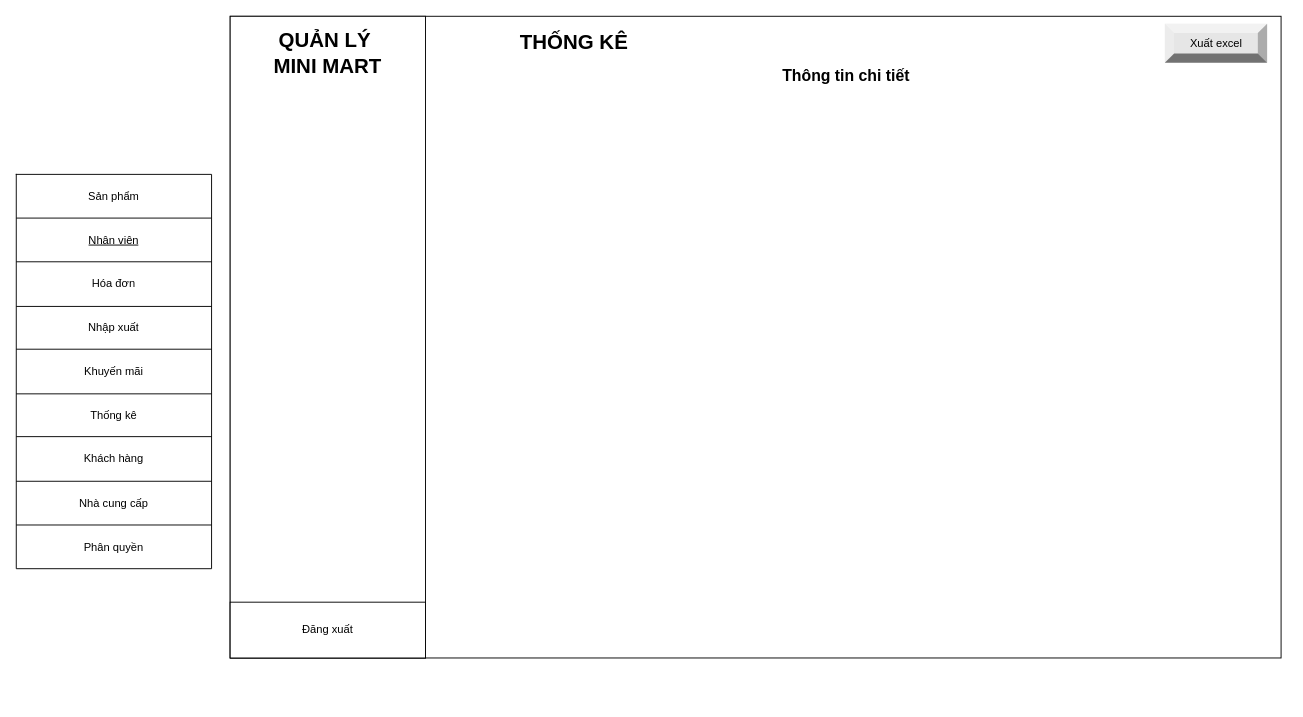
Before: Quanlysanpham_thongke/Quản lý sản phẩm/Mockup/Untitled Diagram.drawio in VoHoangDai/CNPM, a draw.io diagram. Source tidied: cells renumbered, new cells numbered last; positions are measured from the earlier drawing's top-left corner, leaving out a move shared by most shapes. Both pictures are drawn from the tidied source at 93%, with x=0, y=0 at pixel (16, 16).
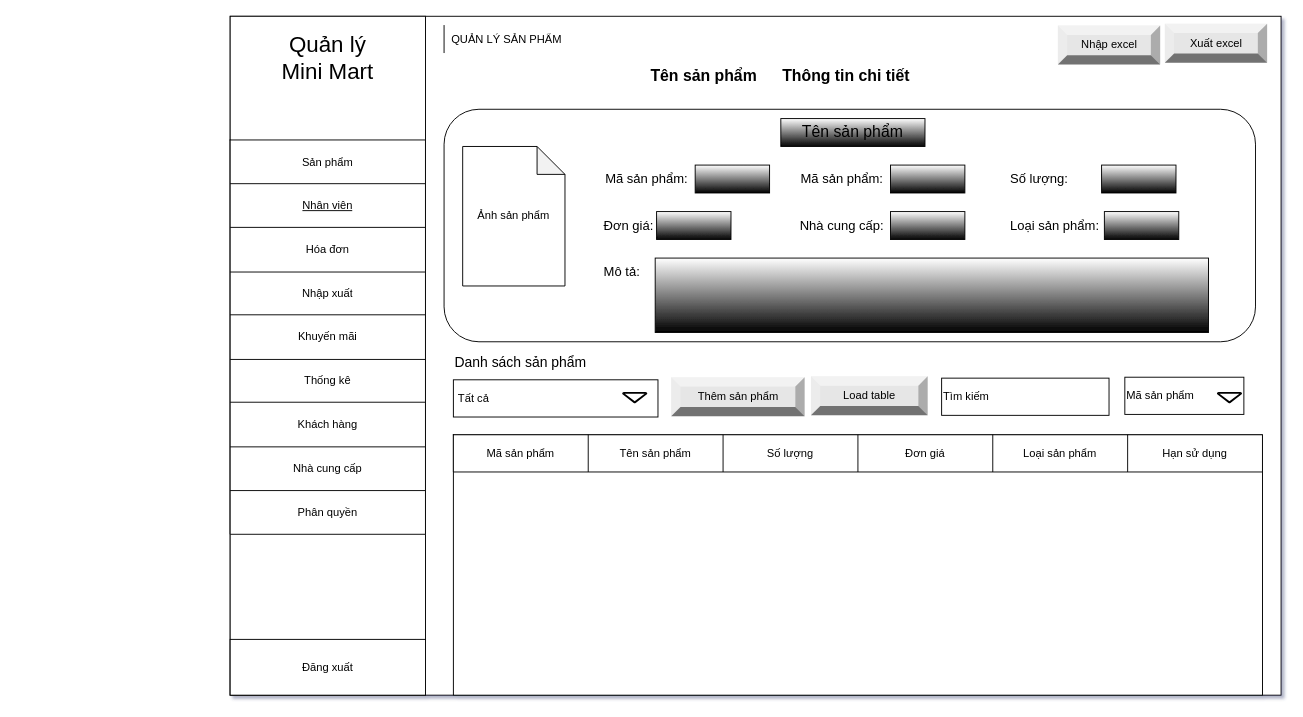
The same diagram, later.

Change to the diagram source:
```diff
@@
-<mxGraphModel>
+<mxGraphModel shadow="1">
@@
+    <mxCell id="28" style="rounded=0;whiteSpace=wrap;html=1;" parent="1" vertex="1">
+      <mxGeometry x="760" y="150" width="120" height="60" as="geometry" />
+    </mxCell>
     <mxCell id="2" style="rounded=0;whiteSpace=wrap;html=1;" parent="1" vertex="1">
-      <mxGeometry x="230" width="1130" height="690" as="geometry" />
+      <mxGeometry x="230" width="1130" height="730" as="geometry" />
     </mxCell>
-    <mxCell id="3" value="&lt;b&gt;&lt;font style=&quot;font-size: 22px&quot;&gt;THỐNG KÊ&lt;/font&gt;&lt;/b&gt;" style="text;html=1;strokeColor=none;fillColor=none;align=center;verticalAlign=middle;whiteSpace=wrap;rounded=0;" parent="1" vertex="1">
-      <mxGeometry x="470" y="14.1" width="260" height="30" as="geometry" />
-    </mxCell>
@@
     <mxCell id="6" style="rounded=0;whiteSpace=wrap;html=1;" parent="1" vertex="1">
-      <mxGeometry x="230" width="210" height="690" as="geometry" />
+      <mxGeometry x="230" width="210" height="730" as="geometry" />
     </mxCell>
-    <mxCell id="7" value="&lt;b&gt;&lt;font style=&quot;font-size: 22px&quot;&gt;QUẢN LÝ&amp;nbsp;&lt;br&gt;MINI MART&lt;br&gt;&lt;/font&gt;&lt;/b&gt;" style="text;html=1;strokeColor=none;fillColor=none;align=center;verticalAlign=middle;whiteSpace=wrap;rounded=0;" parent="1" vertex="1">
-      <mxGeometry x="240" y="10" width="190" height="60" as="geometry" />
-    </mxCell>
     <mxCell id="8" style="shape=table;startSize=0;childLayout=tableLayout;rounded=0;shadow=0;glass=0;sketch=0;fontSize=12;gradientColor=none;gradientDirection=north;" parent="1" vertex="1">
-      <mxGeometry y="170" width="210" height="424" as="geometry" />
+      <mxGeometry x="230" y="133" width="210" height="424" as="geometry" />
     </mxCell>
@@
     <mxCell id="27" value="Đăng xuất" style="rounded=0;whiteSpace=wrap;html=1;shadow=0;glass=0;sketch=0;fontSize=12;gradientColor=none;gradientDirection=north;" parent="1" vertex="1">
-      <mxGeometry x="230" y="630" width="210" height="60" as="geometry" />
+      <mxGeometry x="230" y="670" width="210" height="60" as="geometry" />
     </mxCell>
+    <mxCell id="29" value="&lt;span&gt;Nhập excel&lt;/span&gt;" style="labelPosition=center;verticalLabelPosition=middle;align=center;html=1;shape=mxgraph.basic.shaded_button;dx=10;fillColor=#E6E6E6;strokeColor=none;" parent="1" vertex="1">
+      <mxGeometry x="1120" y="10" width="110" height="41.9" as="geometry" />
+    </mxCell>
+    <mxCell id="30" style="rounded=1;whiteSpace=wrap;html=1;" parent="1" vertex="1">
+      <mxGeometry x="460" y="100" width="872.5" height="250" as="geometry" />
+    </mxCell>
+    <mxCell id="31" value="Ảnh sản phẩm" style="shape=note;whiteSpace=wrap;html=1;backgroundOutline=1;darkOpacity=0.05;" parent="1" vertex="1">
+      <mxGeometry x="480" y="140" width="110" height="150" as="geometry" />
+    </mxCell>
+    <mxCell id="32" value="&lt;font style=&quot;font-size: 17px&quot;&gt;Tên sản phẩm&lt;/font&gt;" style="text;html=1;strokeColor=none;fillColor=none;align=center;verticalAlign=middle;whiteSpace=wrap;rounded=0;fontSize=17;fontStyle=1;" parent="1" vertex="1">
+      <mxGeometry x="657" y="50" width="165" height="30" as="geometry" />
+    </mxCell>
+    <mxCell id="33" value="&lt;font style=&quot;font-weight: normal ; font-size: 14px&quot;&gt;Mã sản phẩm:&amp;nbsp;&lt;/font&gt;" style="text;html=1;strokeColor=none;fillColor=none;align=center;verticalAlign=middle;whiteSpace=wrap;rounded=0;fontSize=17;fontStyle=1;" parent="1" vertex="1">
+      <mxGeometry x="630" y="160" width="100" height="30" as="geometry" />
+    </mxCell>
+    <mxCell id="34" value="&lt;span style=&quot;font-size: 14px ; font-weight: 400&quot;&gt;Đơn giá:&amp;nbsp;&lt;/span&gt;" style="text;html=1;strokeColor=none;fillColor=none;align=left;verticalAlign=middle;whiteSpace=wrap;rounded=0;fontSize=17;fontStyle=1;" parent="1" vertex="1">
+      <mxGeometry x="630" y="210" width="100" height="30" as="geometry" />
+    </mxCell>
+    <mxCell id="35" value="&lt;span style=&quot;font-size: 14px ; font-weight: 400&quot;&gt;Mô tả:&amp;nbsp;&lt;/span&gt;" style="text;html=1;strokeColor=none;fillColor=none;align=left;verticalAlign=middle;whiteSpace=wrap;rounded=0;fontSize=17;fontStyle=1;" parent="1" vertex="1">
+      <mxGeometry x="630" y="260" width="70" height="30" as="geometry" />
+    </mxCell>
+    <mxCell id="36" value="&lt;font style=&quot;font-weight: normal ; font-size: 14px&quot;&gt;Mã sản phẩm:&amp;nbsp;&lt;/font&gt;" style="text;html=1;strokeColor=none;fillColor=none;align=center;verticalAlign=middle;whiteSpace=wrap;rounded=0;fontSize=17;fontStyle=1;" parent="1" vertex="1">
+      <mxGeometry x="840" y="160" width="100" height="30" as="geometry" />
+    </mxCell>
+    <mxCell id="37" style="edgeStyle=orthogonalEdgeStyle;rounded=0;orthogonalLoop=1;jettySize=auto;html=1;exitX=0.5;exitY=1;exitDx=0;exitDy=0;" parent="1" edge="1" source="35" target="35">
+      <mxGeometry relative="1" as="geometry" />
+    </mxCell>
+    <mxCell id="38" value="&lt;font style=&quot;font-weight: normal ; font-size: 14px&quot;&gt;Nhà cung cấp:&amp;nbsp;&lt;/font&gt;" style="text;html=1;strokeColor=none;fillColor=none;align=center;verticalAlign=middle;whiteSpace=wrap;rounded=0;fontSize=17;fontStyle=1;" parent="1" vertex="1">
+      <mxGeometry x="840" y="210" width="100" height="30" as="geometry" />
+    </mxCell>
+    <mxCell id="39" value="&lt;font style=&quot;font-weight: normal ; font-size: 14px&quot;&gt;Số lượng:&amp;nbsp;&lt;/font&gt;" style="text;html=1;strokeColor=none;fillColor=none;align=left;verticalAlign=middle;whiteSpace=wrap;rounded=0;fontSize=17;fontStyle=1;" parent="1" vertex="1">
+      <mxGeometry x="1067" y="160" width="100" height="30" as="geometry" />
+    </mxCell>
+    <mxCell id="40" value="&lt;font style=&quot;font-weight: normal ; font-size: 14px&quot;&gt;Loại sản phẩm:&lt;/font&gt;" style="text;html=1;strokeColor=none;fillColor=none;align=left;verticalAlign=middle;whiteSpace=wrap;rounded=0;fontSize=17;fontStyle=1;" parent="1" vertex="1">
+      <mxGeometry x="1067" y="210" width="100" height="30" as="geometry" />
+    </mxCell>
+    <mxCell id="41" style="rounded=0;whiteSpace=wrap;html=1;" parent="1" vertex="1">
+      <mxGeometry x="470" y="450" width="870" height="280" as="geometry" />
+    </mxCell>
+    <mxCell id="42" style="shape=table;startSize=0;childLayout=tableLayout;" parent="1" vertex="1">
+      <mxGeometry x="470" y="450" width="870" height="40" as="geometry" />
+    </mxCell>
+    <mxCell id="43" style="shape=partialRectangle;fillColor=none;top=0;left=0;bottom=0;right=0;" parent="42" vertex="1">
+      <mxGeometry width="870" height="40" as="geometry" />
+    </mxCell>
+    <mxCell id="44" value="Mã sản phẩm" style="shape=partialRectangle;html=1;whiteSpace=wrap;overflow=hidden;fillColor=none;top=0;left=0;bottom=0;right=0;" parent="43" vertex="1">
+      <mxGeometry width="145" height="40" as="geometry" />
+    </mxCell>
+    <mxCell id="45" value="Tên sản phẩm" style="shape=partialRectangle;html=1;whiteSpace=wrap;overflow=hidden;fillColor=none;top=0;left=0;bottom=0;right=0;" parent="43" vertex="1">
+      <mxGeometry x="145" width="145" height="40" as="geometry" />
+    </mxCell>
+    <mxCell id="46" value="Số lượng" style="shape=partialRectangle;html=1;whiteSpace=wrap;overflow=hidden;fillColor=none;top=0;left=0;bottom=0;right=0;" parent="43" vertex="1">
+      <mxGeometry x="290" width="145" height="40" as="geometry" />
+    </mxCell>
+    <mxCell id="47" value="Đơn giá" style="shape=partialRectangle;html=1;whiteSpace=wrap;overflow=hidden;fillColor=none;top=0;left=0;bottom=0;right=0;" parent="43" vertex="1">
+      <mxGeometry x="435" width="145" height="40" as="geometry" />
+    </mxCell>
+    <mxCell id="48" value="Loại sản phẩm" style="shape=partialRectangle;html=1;whiteSpace=wrap;overflow=hidden;fillColor=none;top=0;left=0;bottom=0;right=0;" parent="43" vertex="1">
+      <mxGeometry x="580" width="145" height="40" as="geometry" />
+    </mxCell>
+    <mxCell id="49" value="Hạn sử dụng" style="shape=partialRectangle;html=1;whiteSpace=wrap;overflow=hidden;fillColor=none;top=0;left=0;bottom=0;right=0;" parent="43" vertex="1">
+      <mxGeometry x="725" width="145" height="40" as="geometry" />
+    </mxCell>
+    <mxCell id="50" value="&lt;span&gt;Thêm sản phẩm&lt;/span&gt;" style="labelPosition=center;verticalLabelPosition=middle;align=center;html=1;shape=mxgraph.basic.shaded_button;dx=10;fillColor=#E6E6E6;strokeColor=none;" parent="1" vertex="1">
+      <mxGeometry x="704.2" y="388.1" width="143.5" height="41.9" as="geometry" />
+    </mxCell>
+    <mxCell id="51" value="&lt;span&gt;Load table&lt;/span&gt;" style="labelPosition=center;verticalLabelPosition=middle;align=center;html=1;shape=mxgraph.basic.shaded_button;dx=10;fillColor=#E6E6E6;strokeColor=none;" parent="1" vertex="1">
+      <mxGeometry x="854.5" y="387.2" width="125.5" height="41.9" as="geometry" />
+    </mxCell>
+    <mxCell id="52" value="Tìm kiếm" style="rounded=0;whiteSpace=wrap;html=1;align=left;" parent="1" vertex="1">
+      <mxGeometry x="995" y="389.1" width="180" height="40" as="geometry" />
+    </mxCell>
+    <mxCell id="53" value="Mã sản phẩm" style="rounded=0;whiteSpace=wrap;html=1;align=left;" parent="1" vertex="1">
+      <mxGeometry x="1192" y="388.1" width="128" height="40" as="geometry" />
+    </mxCell>
+    <mxCell id="54" value="QUẢN LÝ SẢN PHẨM" style="shape=partialRectangle;whiteSpace=wrap;html=1;right=0;top=0;bottom=0;fillColor=none;routingCenterX=-0.5;fontSize=12;" parent="1" vertex="1">
+      <mxGeometry x="460" y="10" width="135" height="29" as="geometry" />
+    </mxCell>
+    <mxCell id="55" style="strokeWidth=2;html=1;shape=mxgraph.flowchart.merge_or_storage;whiteSpace=wrap;" parent="1" vertex="1">
+      <mxGeometry x="1292" y="405" width="25" height="10" as="geometry" />
+    </mxCell>
+    <mxCell id="56" style="rounded=0;whiteSpace=wrap;html=1;fontSize=12;gradientColor=default;" parent="1" vertex="1">
+      <mxGeometry x="730" y="160" width="80" height="30" as="geometry" />
+    </mxCell>
+    <mxCell id="57" style="rounded=0;whiteSpace=wrap;html=1;fontSize=12;gradientColor=default;" parent="1" vertex="1">
+      <mxGeometry x="688.5" y="210" width="80" height="30" as="geometry" />
+    </mxCell>
+    <mxCell id="58" style="rounded=0;whiteSpace=wrap;html=1;fontSize=12;gradientColor=default;" parent="1" vertex="1">
+      <mxGeometry x="940" y="160" width="80" height="30" as="geometry" />
+    </mxCell>
+    <mxCell id="59" style="rounded=0;whiteSpace=wrap;html=1;fontSize=12;gradientColor=default;" parent="1" vertex="1">
+      <mxGeometry x="940" y="210" width="80" height="30" as="geometry" />
+    </mxCell>
+    <mxCell id="60" style="rounded=0;whiteSpace=wrap;html=1;fontSize=12;gradientColor=default;" parent="1" vertex="1">
+      <mxGeometry x="1167" y="160" width="80" height="30" as="geometry" />
+    </mxCell>
+    <mxCell id="61" style="rounded=0;whiteSpace=wrap;html=1;fontSize=12;gradientColor=default;" parent="1" vertex="1">
+      <mxGeometry x="1170" y="210" width="80" height="30" as="geometry" />
+    </mxCell>
+    <mxCell id="62" style="rounded=0;whiteSpace=wrap;html=1;fontSize=12;gradientColor=default;" parent="1" vertex="1">
+      <mxGeometry x="687" y="260" width="595" height="80" as="geometry" />
+    </mxCell>
+    <mxCell id="63" style="rounded=0;whiteSpace=wrap;html=1;fontSize=12;gradientColor=default;" parent="1" vertex="1">
+      <mxGeometry x="822.1" y="110" width="155" height="30" as="geometry" />
+    </mxCell>
+    <mxCell id="64" value="&lt;font style=&quot;font-size: 17px ; font-weight: normal&quot;&gt;Tên sản phẩm&lt;/font&gt;" style="text;html=1;strokeColor=none;fillColor=none;align=center;verticalAlign=middle;whiteSpace=wrap;rounded=0;fontSize=17;fontStyle=1;" parent="1" vertex="1">
+      <mxGeometry x="817.1" y="110" width="165" height="30" as="geometry" />
+    </mxCell>
+    <mxCell id="65" value="&lt;font style=&quot;font-size: 15px&quot;&gt;Danh sách sản phẩm&lt;/font&gt;" style="text;html=1;strokeColor=none;fillColor=none;align=center;verticalAlign=middle;whiteSpace=wrap;rounded=0;shadow=0;glass=0;sketch=0;fontSize=12;" parent="1" vertex="1">
+      <mxGeometry x="470" y="357.2" width="145" height="30" as="geometry" />
+    </mxCell>
+    <mxCell id="66" value="&amp;nbsp;Tất cả" style="rounded=0;whiteSpace=wrap;html=1;align=left;" parent="1" vertex="1">
+      <mxGeometry x="470" y="390.9" width="220" height="40" as="geometry" />
+    </mxCell>
+    <mxCell id="67" style="strokeWidth=2;html=1;shape=mxgraph.flowchart.merge_or_storage;whiteSpace=wrap;" parent="1" vertex="1">
+      <mxGeometry x="652.5" y="405" width="25" height="10" as="geometry" />
+    </mxCell>
+    <mxCell id="68" value="Quản lý Mini Mart" style="text;html=1;strokeColor=none;fillColor=none;align=center;verticalAlign=middle;whiteSpace=wrap;rounded=0;fontSize=24;" parent="1" vertex="1">
+      <mxGeometry x="274" y="14.1" width="122" height="62" as="geometry" />
+    </mxCell>
```
